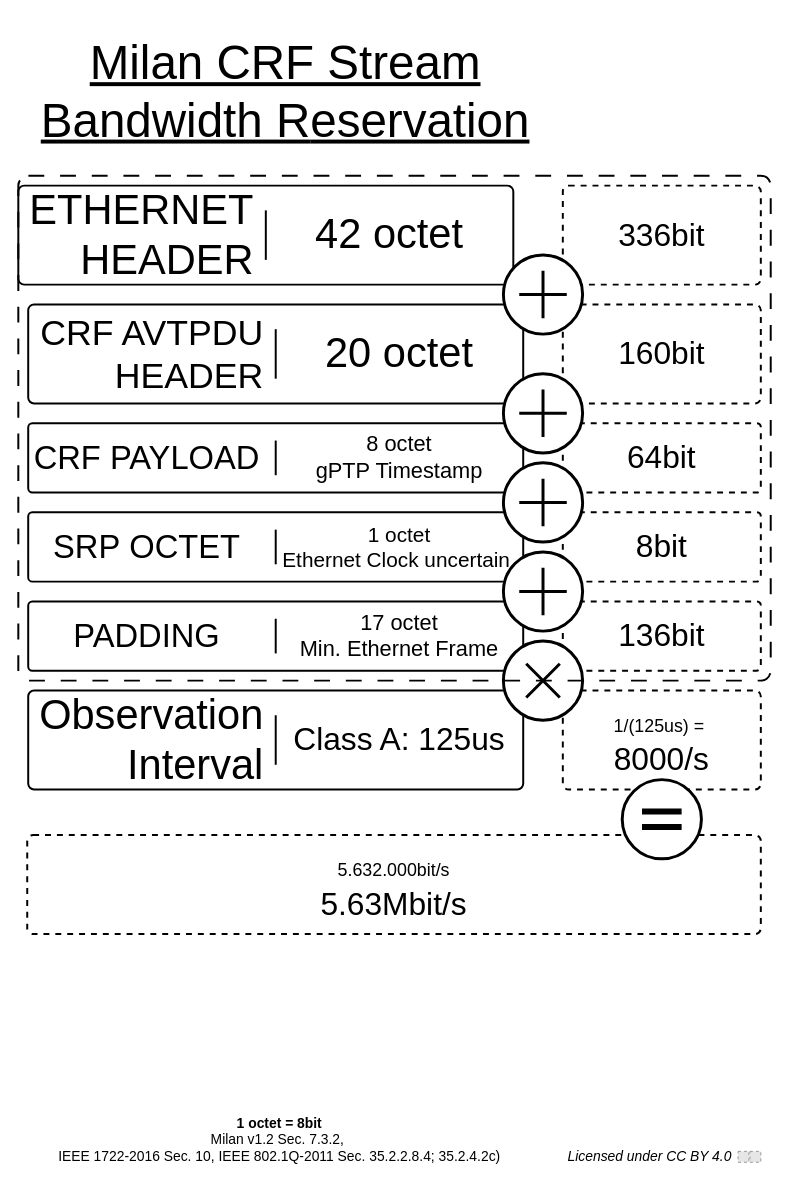
Earlier version of the draw.io diagram page "CRF" (2 of 2) of msrp_details.drawio (avb-academy/msrp_milan_cheat_sheet). Source tidied: cells renumbered, new cells numbered last; positions are measured from the earlier drawing's top-left corner, leaving out a move shared by most shapes. Both pictures are drawn from the tidied source at 99%, with x=0, y=0 at pixel (18, 17). Pictures stored in the file or linked from it are replaced by grey dashed boxes.
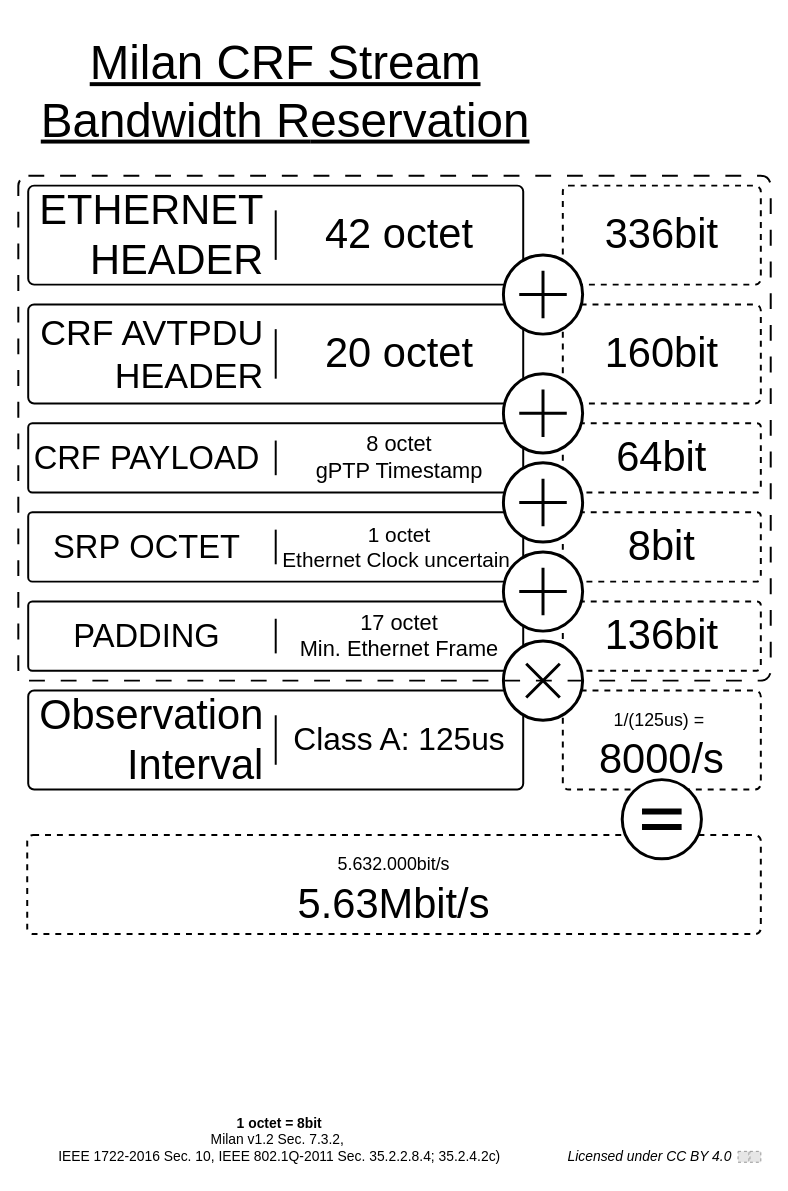
The same page after the edit.

Change to the diagram source:
```diff
@@
-    <mxCell id="3" value="336bit" style="rounded=1;whiteSpace=wrap;html=1;dashed=1;fontSize=32;fillColor=default;strokeWidth=2;arcSize=6;" parent="1" vertex="1">
+    <mxCell id="3" value="336bit" style="rounded=1;whiteSpace=wrap;html=1;dashed=1;fontSize=42;fillColor=default;strokeWidth=2;arcSize=6;" parent="1" vertex="1">
       <mxGeometry x="550" y="170" width="200" height="100" as="geometry" />
     </mxCell>
-    <mxCell id="4" value="160bit" style="rounded=1;whiteSpace=wrap;html=1;dashed=1;fontSize=32;fillColor=default;strokeWidth=2;arcSize=6;" parent="1" vertex="1">
+    <mxCell id="4" value="160bit" style="rounded=1;whiteSpace=wrap;html=1;dashed=1;fontSize=42;fillColor=default;strokeWidth=2;arcSize=6;" parent="1" vertex="1">
       <mxGeometry x="550" y="290" width="200" height="100" as="geometry" />
     </mxCell>
-    <mxCell id="5" value="&lt;span style=&quot;background-color: initial;&quot;&gt;64bit&lt;/span&gt;" style="rounded=1;whiteSpace=wrap;html=1;dashed=1;fontSize=32;fillColor=default;strokeWidth=2;arcSize=6;verticalAlign=middle;" parent="1" vertex="1">
+    <mxCell id="5" value="&lt;span style=&quot;background-color: initial;&quot;&gt;64bit&lt;/span&gt;" style="rounded=1;whiteSpace=wrap;html=1;dashed=1;fontSize=42;fillColor=default;strokeWidth=2;arcSize=6;verticalAlign=middle;" parent="1" vertex="1">
       <mxGeometry x="550" y="410" width="200" height="70" as="geometry" />
     </mxCell>
-    <mxCell id="6" value="8bit" style="rounded=1;whiteSpace=wrap;html=1;dashed=1;fontSize=32;fillColor=default;strokeWidth=2;arcSize=6;" parent="1" vertex="1">
+    <mxCell id="6" value="8bit" style="rounded=1;whiteSpace=wrap;html=1;dashed=1;fontSize=42;fillColor=default;strokeWidth=2;arcSize=6;" parent="1" vertex="1">
       <mxGeometry x="550" y="500" width="200" height="70" as="geometry" />
     </mxCell>
-    <mxCell id="7" value="&lt;div&gt;&lt;span style=&quot;font-size: 18px;&quot;&gt;1/(125us) =&amp;nbsp;&lt;/span&gt;&lt;/div&gt;&lt;div&gt;8000/s&lt;/div&gt;" style="rounded=1;whiteSpace=wrap;html=1;dashed=1;fontSize=32;fillColor=default;strokeWidth=2;arcSize=6;" parent="1" vertex="1">
+    <mxCell id="7" value="&lt;div&gt;&lt;span style=&quot;font-size: 18px;&quot;&gt;1/(125us) =&amp;nbsp;&lt;/span&gt;&lt;/div&gt;&lt;div&gt;&lt;font style=&quot;font-size: 42px;&quot;&gt;8000/s&lt;/font&gt;&lt;/div&gt;" style="rounded=1;whiteSpace=wrap;html=1;dashed=1;fontSize=32;fillColor=default;strokeWidth=2;arcSize=6;" parent="1" vertex="1">
       <mxGeometry x="550" y="680" width="200" height="100" as="geometry" />
     </mxCell>
-    <mxCell id="8" value="&lt;div&gt;&lt;span style=&quot;font-size: 18px;&quot;&gt;5.632.000bit/s&lt;/span&gt;&lt;/div&gt;&lt;div&gt;5.63Mbit/s&lt;/div&gt;" style="rounded=1;whiteSpace=wrap;html=1;dashed=1;fontSize=32;fillColor=default;strokeWidth=2;arcSize=6;" parent="1" vertex="1">
+    <mxCell id="8" value="&lt;div&gt;&lt;span style=&quot;font-size: 18px;&quot;&gt;5.632.000bit/s&lt;/span&gt;&lt;/div&gt;&lt;div&gt;&lt;font style=&quot;font-size: 42px;&quot;&gt;5.63Mbit/s&lt;/font&gt;&lt;/div&gt;" style="rounded=1;whiteSpace=wrap;html=1;dashed=1;fontSize=32;fillColor=default;strokeWidth=2;arcSize=6;" parent="1" vertex="1">
       <mxGeometry x="9" y="826" width="741" height="100" as="geometry" />
     </mxCell>
     <mxCell id="9" style="group;fontSize=12;" parent="1" vertex="1">
-      <mxGeometry y="170" width="500" height="100" as="geometry" />
+      <mxGeometry x="10" y="170" width="500" height="100" as="geometry" />
     </mxCell>
@@
-    <mxCell id="28" value="136bit" style="rounded=1;whiteSpace=wrap;html=1;dashed=1;fontSize=32;fillColor=default;strokeWidth=2;arcSize=6;" parent="1" vertex="1">
+    <mxCell id="28" value="136bit" style="rounded=1;whiteSpace=wrap;html=1;dashed=1;fontSize=42;fillColor=default;strokeWidth=2;arcSize=6;" parent="1" vertex="1">
       <mxGeometry x="550" y="590" width="200" height="70" as="geometry" />
     </mxCell>
```
